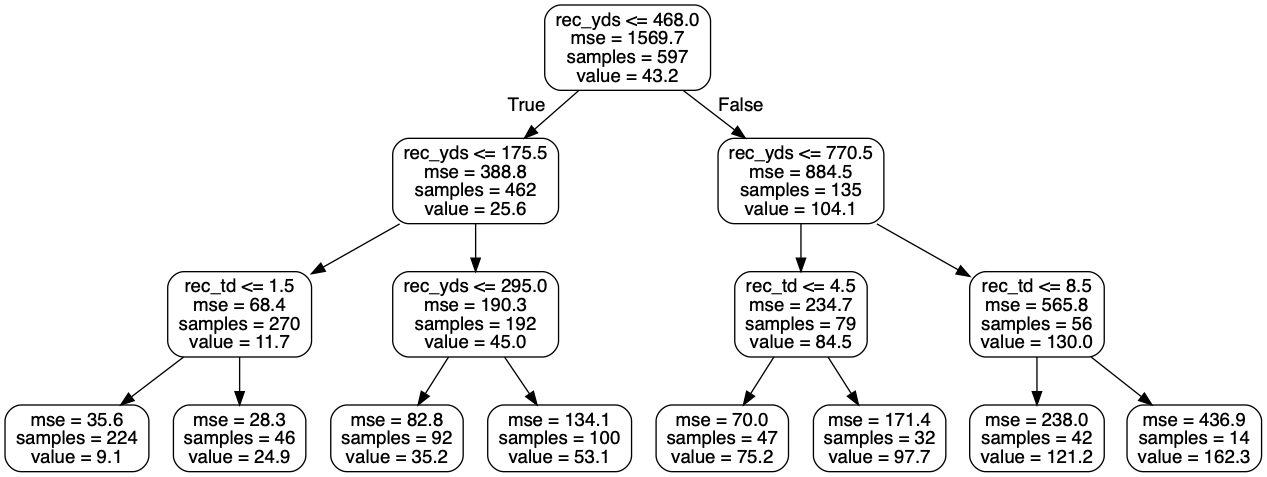
This is te_small_tree.png from oldmanoldson/DataAnalytics, a Graphviz export, as it was before one commit. Its source is kept beside it as te_small_tree.dot. The source it was exported from:
```dot
digraph Tree {
node [shape=box, style="rounded", color="black", fontname=helvetica] ;
edge [fontname=helvetica] ;
0 [label="rec_yds <= 468.0\nmse = 1569.7\nsamples = 597\nvalue = 43.2"] ;
1 [label="rec_yds <= 175.5\nmse = 388.8\nsamples = 462\nvalue = 25.6"] ;
0 -> 1 [labeldistance=2.5, labelangle=45, headlabel="True"] ;
2 [label="rec_td <= 1.5\nmse = 68.4\nsamples = 270\nvalue = 11.7"] ;
1 -> 2 ;
3 [label="mse = 35.6\nsamples = 224\nvalue = 9.1"] ;
2 -> 3 ;
4 [label="mse = 28.3\nsamples = 46\nvalue = 24.9"] ;
2 -> 4 ;
5 [label="rec_yds <= 295.0\nmse = 190.3\nsamples = 192\nvalue = 45.0"] ;
1 -> 5 ;
6 [label="mse = 82.8\nsamples = 92\nvalue = 35.2"] ;
5 -> 6 ;
7 [label="mse = 134.1\nsamples = 100\nvalue = 53.1"] ;
5 -> 7 ;
8 [label="rec_yds <= 770.5\nmse = 884.5\nsamples = 135\nvalue = 104.1"] ;
0 -> 8 [labeldistance=2.5, labelangle=-45, headlabel="False"] ;
9 [label="rec_td <= 4.5\nmse = 234.7\nsamples = 79\nvalue = 84.5"] ;
8 -> 9 ;
10 [label="mse = 70.0\nsamples = 47\nvalue = 75.2"] ;
9 -> 10 ;
11 [label="mse = 171.4\nsamples = 32\nvalue = 97.7"] ;
9 -> 11 ;
12 [label="rec_td <= 8.5\nmse = 565.8\nsamples = 56\nvalue = 130.0"] ;
8 -> 12 ;
13 [label="mse = 238.0\nsamples = 42\nvalue = 121.2"] ;
12 -> 13 ;
14 [label="mse = 436.9\nsamples = 14\nvalue = 162.3"] ;
12 -> 14 ;
}
```
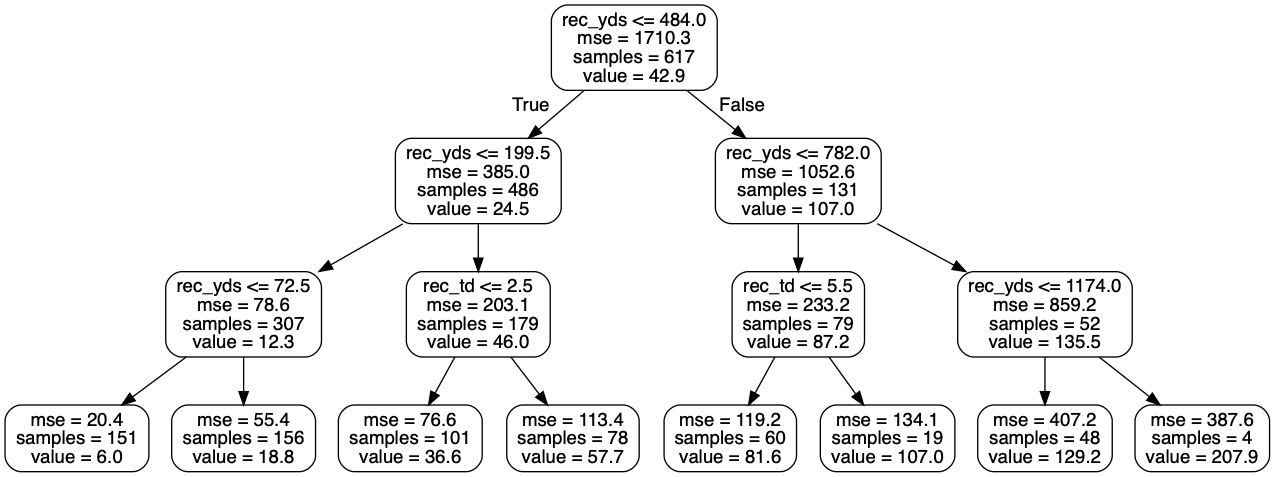
Later version of the same file.

Commit message:
updated png files and added a full decision tree for QB

What changed in the source:
```diff
@@ -1,33 +1,33 @@
 digraph Tree {
 node [shape=box, style="rounded", color="black", fontname=helvetica] ;
 edge [fontname=helvetica] ;
-0 [label="rec_yds <= 468.0\nmse = 1569.7\nsamples = 597\nvalue = 43.2"] ;
-1 [label="rec_yds <= 175.5\nmse = 388.8\nsamples = 462\nvalue = 25.6"] ;
+0 [label="rec_yds <= 484.0\nmse = 1710.3\nsamples = 617\nvalue = 42.9"] ;
+1 [label="rec_yds <= 199.5\nmse = 385.0\nsamples = 486\nvalue = 24.5"] ;
 0 -> 1 [labeldistance=2.5, labelangle=45, headlabel="True"] ;
-2 [label="rec_td <= 1.5\nmse = 68.4\nsamples = 270\nvalue = 11.7"] ;
+2 [label="rec_yds <= 72.5\nmse = 78.6\nsamples = 307\nvalue = 12.3"] ;
 1 -> 2 ;
-3 [label="mse = 35.6\nsamples = 224\nvalue = 9.1"] ;
+3 [label="mse = 20.4\nsamples = 151\nvalue = 6.0"] ;
 2 -> 3 ;
-4 [label="mse = 28.3\nsamples = 46\nvalue = 24.9"] ;
+4 [label="mse = 55.4\nsamples = 156\nvalue = 18.8"] ;
 2 -> 4 ;
-5 [label="rec_yds <= 295.0\nmse = 190.3\nsamples = 192\nvalue = 45.0"] ;
+5 [label="rec_td <= 2.5\nmse = 203.1\nsamples = 179\nvalue = 46.0"] ;
 1 -> 5 ;
-6 [label="mse = 82.8\nsamples = 92\nvalue = 35.2"] ;
+6 [label="mse = 76.6\nsamples = 101\nvalue = 36.6"] ;
 5 -> 6 ;
-7 [label="mse = 134.1\nsamples = 100\nvalue = 53.1"] ;
+7 [label="mse = 113.4\nsamples = 78\nvalue = 57.7"] ;
 5 -> 7 ;
-8 [label="rec_yds <= 770.5\nmse = 884.5\nsamples = 135\nvalue = 104.1"] ;
+8 [label="rec_yds <= 782.0\nmse = 1052.6\nsamples = 131\nvalue = 107.0"] ;
 0 -> 8 [labeldistance=2.5, labelangle=-45, headlabel="False"] ;
-9 [label="rec_td <= 4.5\nmse = 234.7\nsamples = 79\nvalue = 84.5"] ;
+9 [label="rec_td <= 5.5\nmse = 233.2\nsamples = 79\nvalue = 87.2"] ;
 8 -> 9 ;
-10 [label="mse = 70.0\nsamples = 47\nvalue = 75.2"] ;
+10 [label="mse = 119.2\nsamples = 60\nvalue = 81.6"] ;
 9 -> 10 ;
-11 [label="mse = 171.4\nsamples = 32\nvalue = 97.7"] ;
+11 [label="mse = 134.1\nsamples = 19\nvalue = 107.0"] ;
 9 -> 11 ;
-12 [label="rec_td <= 8.5\nmse = 565.8\nsamples = 56\nvalue = 130.0"] ;
+12 [label="rec_yds <= 1174.0\nmse = 859.2\nsamples = 52\nvalue = 135.5"] ;
 8 -> 12 ;
-13 [label="mse = 238.0\nsamples = 42\nvalue = 121.2"] ;
+13 [label="mse = 407.2\nsamples = 48\nvalue = 129.2"] ;
 12 -> 13 ;
-14 [label="mse = 436.9\nsamples = 14\nvalue = 162.3"] ;
+14 [label="mse = 387.6\nsamples = 4\nvalue = 207.9"] ;
 12 -> 14 ;
 }
```
